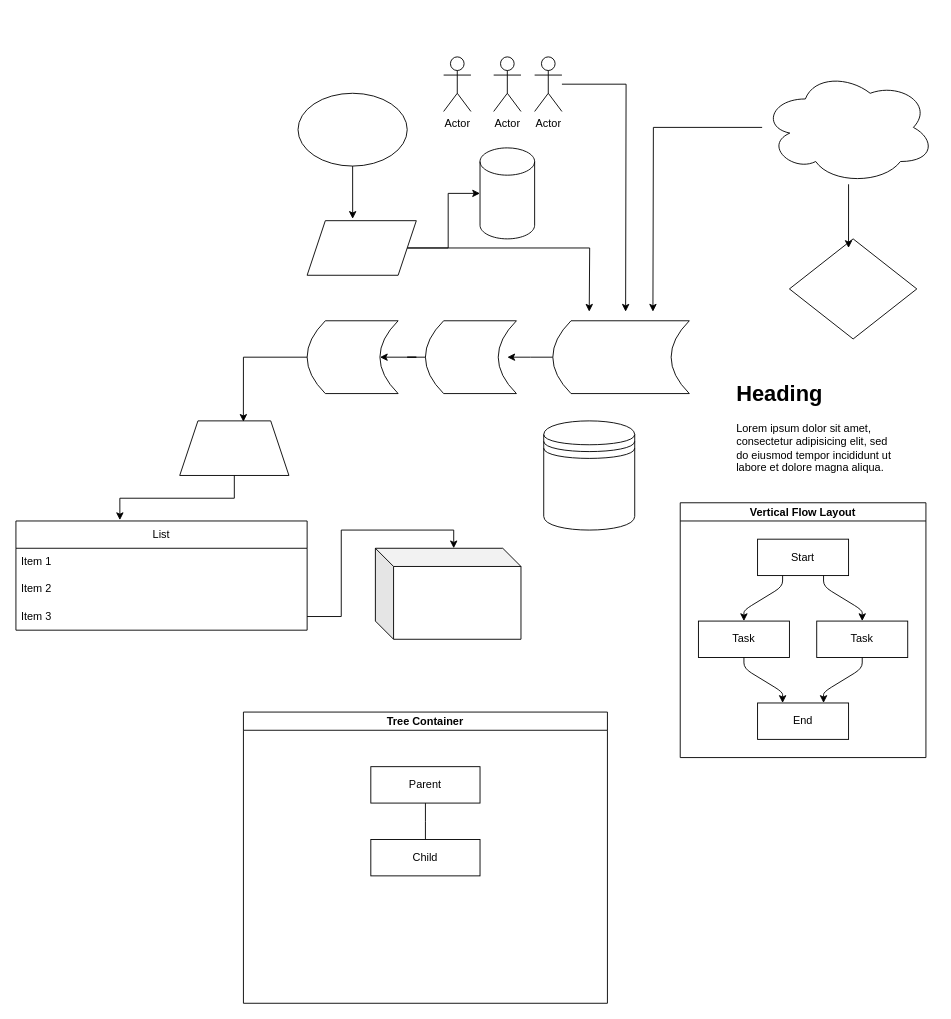
Above: medical records Diagram.drawio in ninpax09/diagrammedicalrecords (draw.io), before the change. Source tidied: cells renumbered, new cells numbered last; positions are measured from the earlier drawing's top-left corner, leaving out a move shared by most shapes. Both pictures are drawn from the tidied source at 91%, with x=0, y=0 at pixel (15, 56).
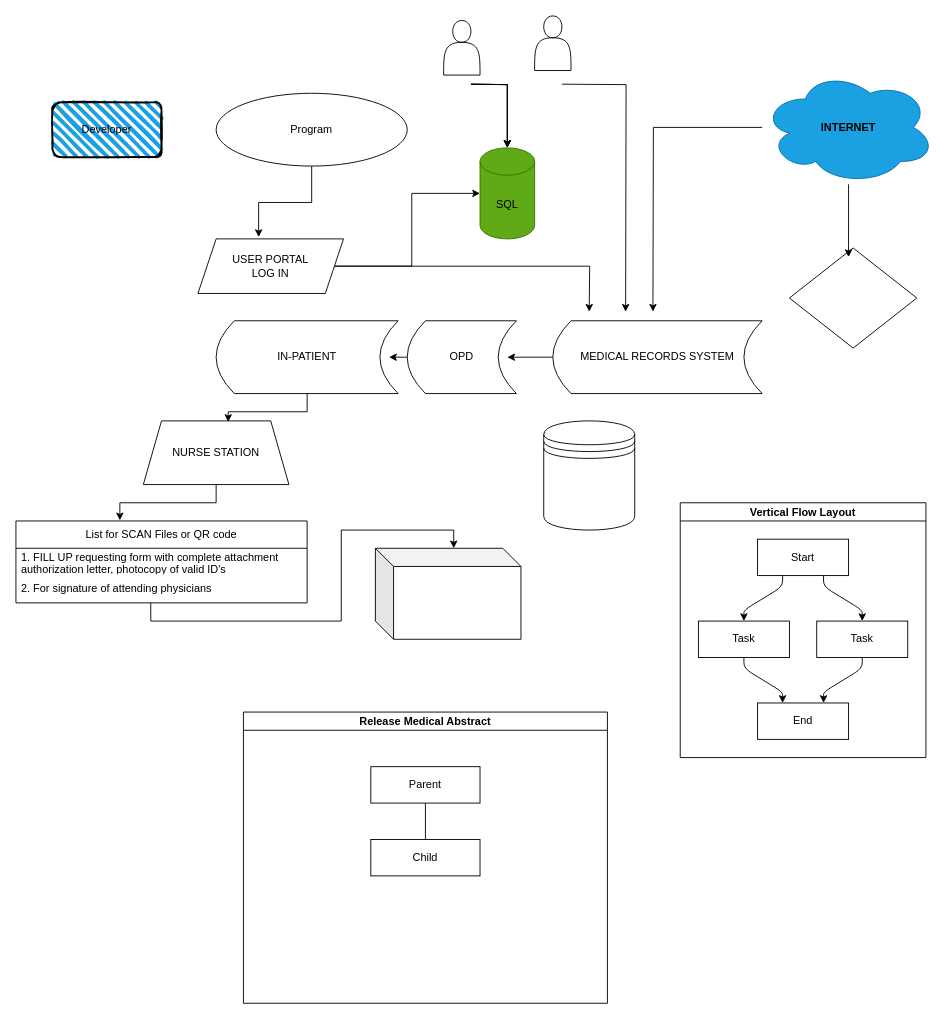
The same page after the edit.

The change refers to these unchanged cells:
```xml
<mxCell id="27" style="shape=cube;whiteSpace=wrap;html=1;boundedLbl=1;backgroundOutline=1;darkOpacity=0.05;darkOpacity2=0.1;" parent="1" vertex="1">
  <mxGeometry x="395" y="540" width="160" height="100" as="geometry" />
</mxCell>
```

The edit, as a diff of the source:
```diff
@@
-    <mxCell id="2" style="ellipse;whiteSpace=wrap;html=1;" parent="1" vertex="1">
-      <mxGeometry x="310" y="40" width="120" height="80" as="geometry" />
+    <mxCell id="2" value="Program" style="ellipse;whiteSpace=wrap;html=1;" parent="1" vertex="1">
+      <mxGeometry x="220" y="40" width="210" height="80" as="geometry" />
     </mxCell>
@@
-    <mxCell id="5" style="shape=parallelogram;perimeter=parallelogramPerimeter;whiteSpace=wrap;html=1;fixedSize=1;" parent="1" vertex="1">
-      <mxGeometry x="320" y="180" width="120" height="60" as="geometry" />
+    <mxCell id="5" value="USER PORTAL&lt;br&gt;LOG IN" style="shape=parallelogram;perimeter=parallelogramPerimeter;whiteSpace=wrap;html=1;fixedSize=1;" parent="1" vertex="1">
+      <mxGeometry x="200" y="200" width="160" height="60" as="geometry" />
     </mxCell>
-    <mxCell id="6" style="shape=cylinder3;whiteSpace=wrap;html=1;boundedLbl=1;backgroundOutline=1;size=15;" parent="1" vertex="1">
+    <mxCell id="6" value="&lt;font style=&quot;color: light-dark(rgb(0, 0, 0), rgb(255, 247, 249));&quot;&gt;SQL&lt;/font&gt;" style="shape=cylinder3;whiteSpace=wrap;html=1;boundedLbl=1;backgroundOutline=1;size=15;fillColor=#60a917;fontColor=#ffffff;strokeColor=#2D7600;" parent="1" vertex="1">
       <mxGeometry x="510" y="100" width="60" height="100" as="geometry" />
     </mxCell>
@@
-    <mxCell id="8" value="Actor" style="shape=umlActor;verticalLabelPosition=bottom;verticalAlign=top;html=1;" parent="1" vertex="1">
-      <mxGeometry x="470" width="30" height="60" as="geometry" />
-    </mxCell>
+    <mxCell id="45" style="edgeStyle=orthogonalEdgeStyle;rounded=0;jettySize=auto;html=1;" parent="1" edge="1" target="6">
+      <mxGeometry relative="1" as="geometry">
+        <mxPoint x="500" y="30" as="sourcePoint" />
+      </mxGeometry>
+    </mxCell>
+    <mxCell id="46" style="edgeStyle=orthogonalEdgeStyle;rounded=0;jettySize=auto;html=1;" parent="1" edge="1" target="6">
+      <mxGeometry relative="1" as="geometry">
+        <mxPoint x="500" y="30" as="sourcePoint" />
+      </mxGeometry>
+    </mxCell>
+    <mxCell id="47" style="edgeStyle=orthogonalEdgeStyle;rounded=0;jettySize=auto;html=1;" parent="1" edge="1" target="6">
+      <mxGeometry relative="1" as="geometry">
+        <mxPoint x="500" y="30" as="sourcePoint" />
+      </mxGeometry>
+    </mxCell>
-    <mxCell id="9" style="edgeStyle=orthogonalEdgeStyle;rounded=0;jettySize=auto;html=1;" parent="1" edge="1" source="10">
+    <mxCell id="9" style="edgeStyle=orthogonalEdgeStyle;rounded=0;orthogonalLoop=1;jettySize=auto;html=1;" parent="1" edge="1">
       <mxGeometry relative="1" as="geometry">
+        <mxPoint x="600" y="30" as="sourcePoint" />
         <mxPoint x="670" y="280" as="targetPoint" />
       </mxGeometry>
     </mxCell>
-    <mxCell id="10" value="Actor" style="shape=umlActor;verticalLabelPosition=bottom;verticalAlign=top;html=1;outlineConnect=0;" parent="1" vertex="1">
-      <mxGeometry x="570" width="30" height="60" as="geometry" />
-    </mxCell>
-    <mxCell id="11" value="Actor" style="shape=umlActor;verticalLabelPosition=bottom;verticalAlign=top;html=1;" parent="1" vertex="1">
-      <mxGeometry x="525" width="30" height="60" as="geometry" />
-    </mxCell>
-    <mxCell id="12" style="shape=dataStorage;whiteSpace=wrap;html=1;fixedSize=1;" parent="1" vertex="1">
-      <mxGeometry x="320" y="290" width="100" height="80" as="geometry" />
+    <mxCell id="12" value="IN-PATIENT" style="shape=dataStorage;whiteSpace=wrap;html=1;fixedSize=1;" parent="1" vertex="1">
+      <mxGeometry x="220" y="290" width="200" height="80" as="geometry" />
     </mxCell>
@@
-    <mxCell id="14" style="shape=dataStorage;whiteSpace=wrap;html=1;fixedSize=1;" parent="1" vertex="1">
-      <mxGeometry x="590" y="290" width="150" height="80" as="geometry" />
+    <mxCell id="14" value="MEDICAL RECORDS SYSTEM" style="shape=dataStorage;whiteSpace=wrap;html=1;fixedSize=1;" parent="1" vertex="1">
+      <mxGeometry x="590" y="290" width="230" height="80" as="geometry" />
     </mxCell>
-    <mxCell id="15" style="shape=dataStorage;whiteSpace=wrap;html=1;fixedSize=1;size=20;" parent="1" vertex="1">
-      <mxGeometry x="450" y="290" width="100" height="80" as="geometry" />
+    <mxCell id="15" value="OPD" style="shape=dataStorage;whiteSpace=wrap;html=1;fixedSize=1;size=20;" parent="1" vertex="1">
+      <mxGeometry x="430" y="290" width="120" height="80" as="geometry" />
     </mxCell>
-    <mxCell id="16" style="edgeStyle=orthogonalEdgeStyle;rounded=0;jettySize=auto;html=1;entryX=0.8;entryY=0.5;entryDx=0;entryDy=0;entryPerimeter=0;" parent="1" edge="1" source="15" target="12">
-      <mxGeometry relative="1" as="geometry" />
+    <mxCell id="16" style="edgeStyle=orthogonalEdgeStyle;rounded=0;jettySize=auto;html=1;" parent="1" edge="1" source="15">
+      <mxGeometry relative="1" as="geometry">
+        <mxPoint x="410" y="330" as="targetPoint" />
+      </mxGeometry>
     </mxCell>
-    <mxCell id="17" style="shape=trapezoid;perimeter=trapezoidPerimeter;whiteSpace=wrap;html=1;fixedSize=1;" parent="1" vertex="1">
-      <mxGeometry x="180" y="400" width="120" height="60" as="geometry" />
+    <mxCell id="17" value="NURSE STATION" style="shape=trapezoid;perimeter=trapezoidPerimeter;whiteSpace=wrap;html=1;fixedSize=1;" parent="1" vertex="1">
+      <mxGeometry x="140" y="400" width="160" height="70" as="geometry" />
     </mxCell>
@@
-    <mxCell id="19" value="List" style="swimlane;fontStyle=0;horizontal=1;startSize=30;whiteSpace=wrap;html=1;" parent="1" vertex="1">
-      <mxGeometry y="510" width="320" height="120" as="geometry" />
+    <mxCell id="19" value="List for SCAN Files or QR code" style="swimlane;fontStyle=0;horizontal=1;startSize=30;whiteSpace=wrap;html=1;" parent="1" vertex="1">
+      <mxGeometry y="510" width="320" height="90" as="geometry" />
     </mxCell>
-    <mxCell id="20" value="Item 1" style="text;strokeColor=none;fillColor=none;align=left;verticalAlign=middle;spacingLeft=4;spacingRight=4;overflow=hidden;whiteSpace=wrap;html=1;" parent="19" vertex="1">
+    <mxCell id="20" value="1. FILL UP requesting form with complete attachment authorization letter, photocopy of valid ID's" style="text;strokeColor=none;fillColor=none;align=left;verticalAlign=middle;spacingLeft=4;spacingRight=4;overflow=hidden;whiteSpace=wrap;html=1;" parent="19" vertex="1">
       <mxGeometry y="30" width="320" height="30" as="geometry" />
     </mxCell>
-    <mxCell id="21" value="Item 2" style="text;strokeColor=none;fillColor=none;align=left;verticalAlign=middle;spacingLeft=4;spacingRight=4;overflow=hidden;points=[[0,0.5],[1,0.5]];portConstraint=eastwest;whiteSpace=wrap;html=1;" parent="19" vertex="1">
+    <mxCell id="21" value="2. For signature of attending physicians" style="text;strokeColor=none;fillColor=none;align=left;verticalAlign=middle;spacingLeft=4;spacingRight=4;overflow=hidden;points=[[0,0.5],[1,0.5]];portConstraint=eastwest;whiteSpace=wrap;html=1;" parent="19" vertex="1">
       <mxGeometry y="60" width="320" height="30" as="geometry" />
     </mxCell>
-    <mxCell id="22" value="Item 3" style="text;strokeColor=none;fillColor=none;align=left;verticalAlign=middle;spacingLeft=4;spacingRight=4;overflow=hidden;points=[[0,0.5],[1,0.5]];portConstraint=eastwest;whiteSpace=wrap;html=1;" parent="19" vertex="1">
-      <mxGeometry y="90" width="320" height="30" as="geometry" />
-    </mxCell>
@@
-    <mxCell id="24" style="ellipse;shape=cloud;whiteSpace=wrap;html=1;" parent="1" vertex="1">
+    <mxCell id="24" value="&lt;b&gt;&lt;font style=&quot;color: light-dark(rgb(0, 0, 0), rgb(255, 242, 251));&quot;&gt;INTERNET&lt;/font&gt;&lt;/b&gt;" style="ellipse;shape=cloud;whiteSpace=wrap;html=1;fillColor=#1ba1e2;fontColor=#ffffff;strokeColor=#006EAF;" parent="1" vertex="1">
       <mxGeometry x="820" y="15" width="190" height="125" as="geometry" />
     </mxCell>
     <mxCell id="25" style="rhombus;whiteSpace=wrap;html=1;" parent="1" vertex="1">
-      <mxGeometry x="850" y="200" width="140" height="110" as="geometry" />
+      <mxGeometry x="850" y="210" width="140" height="110" as="geometry" />
     </mxCell>
@@
-    <mxCell id="29" value="&lt;h1 style=&quot;margin-top: 0px;&quot;&gt;Heading&lt;/h1&gt;&lt;p&gt;Lorem ipsum dolor sit amet, consectetur adipisicing elit, sed do eiusmod tempor incididunt ut labore et dolore magna aliqua.&lt;/p&gt;" style="text;html=1;whiteSpace=wrap;overflow=hidden;rounded=0;" parent="1" vertex="1">
-      <mxGeometry x="790" y="350" width="180" height="120" as="geometry" />
-    </mxCell>
@@
-    <mxCell id="40" style="edgeStyle=orthogonalEdgeStyle;rounded=0;jettySize=auto;html=1;exitX=1;exitY=0.5;exitDx=0;exitDy=0;entryX=0.538;entryY=0;entryDx=0;entryDy=0;entryPerimeter=0;" parent="1" edge="1" source="22" target="27">
+    <mxCell id="40" style="edgeStyle=orthogonalEdgeStyle;rounded=0;jettySize=auto;html=1;entryX=0.538;entryY=0;entryDx=0;entryDy=0;entryPerimeter=0;exitX=0.463;exitY=1;exitDx=0;exitDy=0;exitPerimeter=0;" parent="1" edge="1" source="21" target="27">
       <mxGeometry relative="1" as="geometry" />
     </mxCell>
-    <mxCell id="41" value="Tree Container" style="swimlane;startSize=20;horizontal=1;containerType=tree;" parent="1" vertex="1">
+    <mxCell id="41" value="Release Medical Abstract" style="swimlane;startSize=20;horizontal=1;containerType=tree;" parent="1" vertex="1">
       <mxGeometry x="250" y="720" width="400" height="320" as="geometry" />
     </mxCell>
@@
+    <mxCell id="48" value="Developer" style="rounded=1;whiteSpace=wrap;html=1;strokeWidth=2;fillWeight=4;hachureGap=8;hachureAngle=45;fillColor=#1ba1e2;sketch=1;" parent="1" vertex="1">
+      <mxGeometry x="40" y="50" width="120" height="60" as="geometry" />
+    </mxCell>
+    <mxCell id="49" style="shape=actor;whiteSpace=wrap;html=1;" parent="1" vertex="1">
+      <mxGeometry x="470" y="-40" width="40" height="60" as="geometry" />
+    </mxCell>
+    <mxCell id="50" style="shape=actor;whiteSpace=wrap;html=1;" parent="1" vertex="1">
+      <mxGeometry x="570" y="-45" width="40" height="60" as="geometry" />
+    </mxCell>
```
